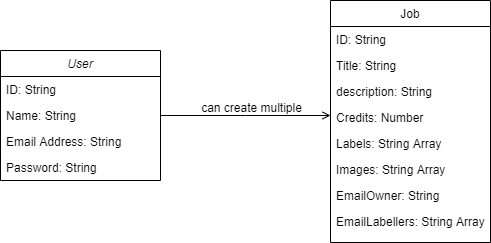
Above: UML.png in faisal2754/Web-Data-Labelling (draw.io), before the change. Source tidied: cells renumbered, new cells last; positions are measured from the earlier drawing's top-left corner, leaving out a move shared by most shapes.
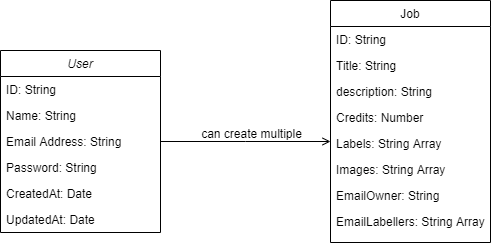
The same diagram one commit later.

Diff of the diagram source:
```diff
@@ -3,7 +3,7 @@
     <mxCell id="0" />
     <mxCell id="1" parent="0" />
     <mxCell id="2" value="User" style="swimlane;fontStyle=2;align=center;verticalAlign=top;horizontal=1;startSize=26;rounded=0;shadow=0;strokeWidth=1;" parent="1" vertex="1">
-      <mxGeometry y="50" width="160" height="130" as="geometry" />
+      <mxGeometry y="50" width="160" height="182" as="geometry" />
     </mxCell>
     <mxCell id="3" value="ID: String" style="text;align=left;verticalAlign=top;spacingLeft=4;spacingRight=4;overflow=hidden;" parent="2" vertex="1">
       <mxGeometry y="26" width="160" height="26" as="geometry" />
@@ -17,6 +17,12 @@
     <mxCell id="6" value="Password: String" style="text;align=left;verticalAlign=top;spacingLeft=4;spacingRight=4;overflow=hidden;rounded=0;shadow=0;html=0;" parent="2" vertex="1">
       <mxGeometry y="104" width="160" height="26" as="geometry" />
     </mxCell>
+    <mxCell id="18" value="CreatedAt: Date" style="text;align=left;verticalAlign=top;spacingLeft=4;spacingRight=4;overflow=hidden;rounded=0;shadow=0;html=0;" parent="2" vertex="1">
+      <mxGeometry y="130" width="160" height="26" as="geometry" />
+    </mxCell>
+    <mxCell id="19" value="UpdatedAt: Date" style="text;align=left;verticalAlign=top;spacingLeft=4;spacingRight=4;overflow=hidden;rounded=0;shadow=0;html=0;" parent="2" vertex="1">
+      <mxGeometry y="156" width="160" height="26" as="geometry" />
+    </mxCell>
     <mxCell id="7" value="Job" style="swimlane;fontStyle=0;align=center;verticalAlign=top;horizontal=1;startSize=26;rounded=0;shadow=0;strokeWidth=1;" parent="1" vertex="1">
       <mxGeometry x="330" width="160" height="242" as="geometry" />
     </mxCell>
```
